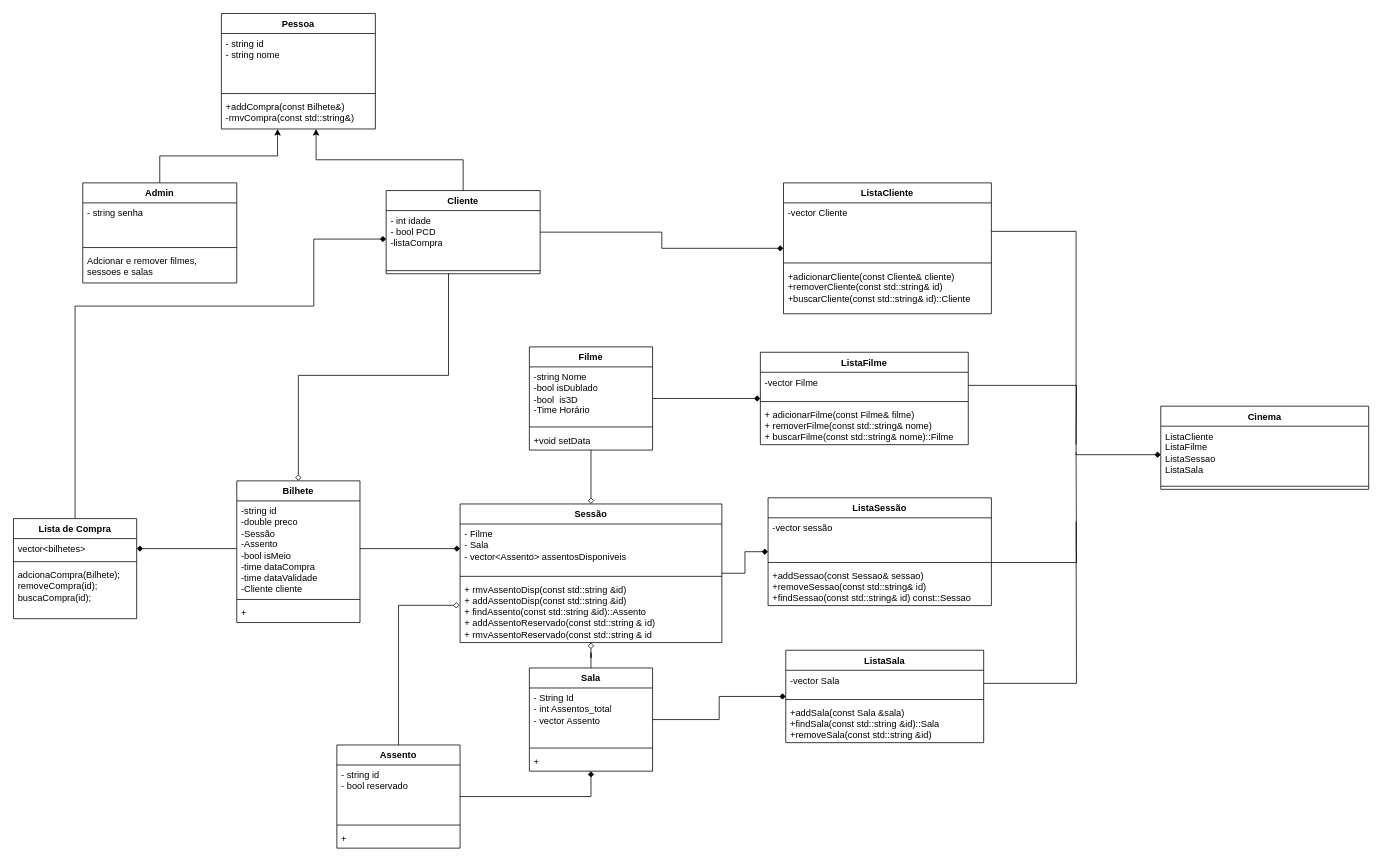
The draw.io diagram UML-CineCon.drawio in eramoss/CineCon, before the edit. Source tidied: cells renumbered, new cells numbered last; positions are measured from the earlier drawing's top-left corner, leaving out a move shared by most shapes. Both pictures are drawn from the tidied source at 77%, with x=0, y=0 at pixel (13, 13).
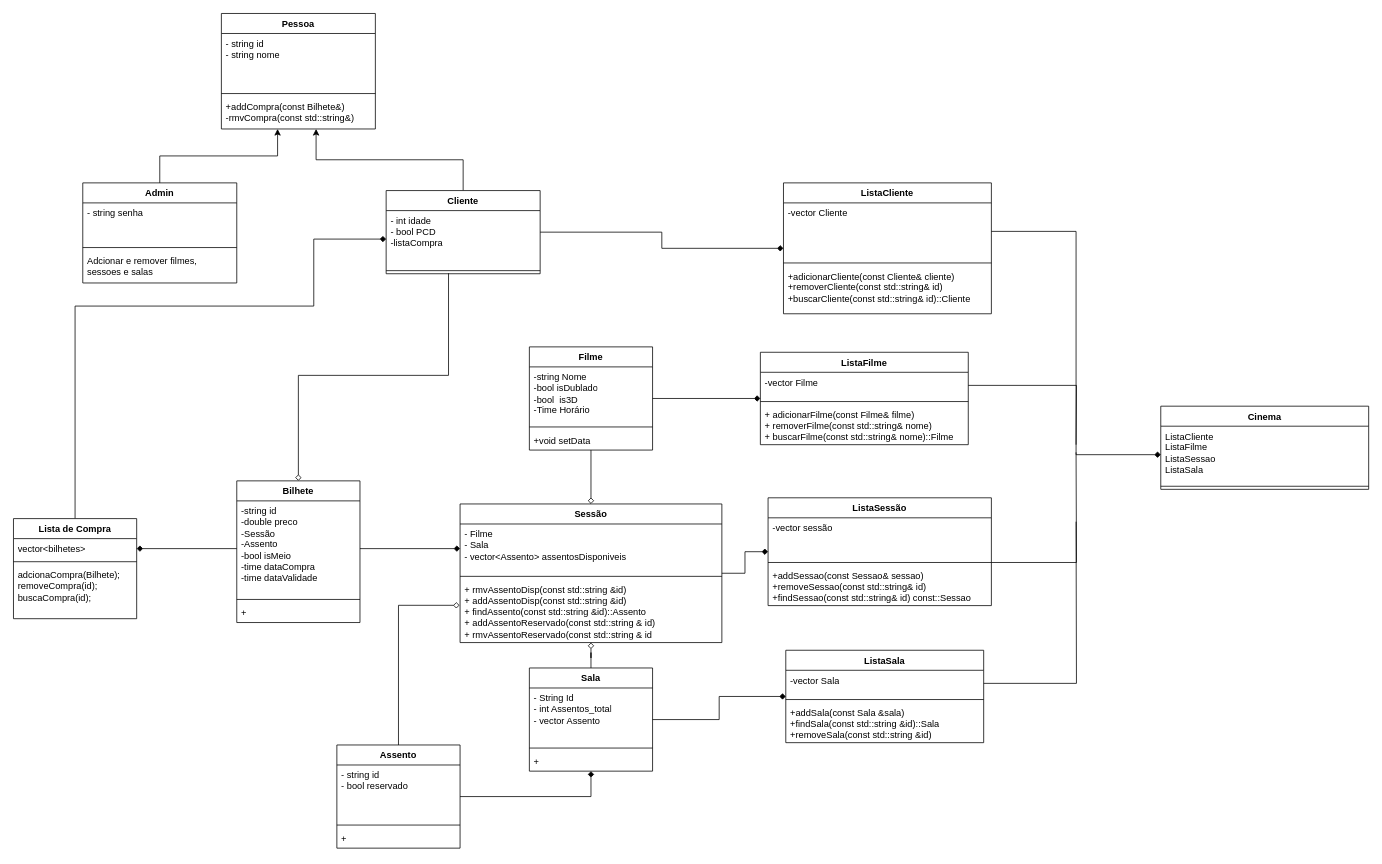
After the change.

Unchanged cells that the change refers to:
```xml
<mxCell id="3" value="Bilhete" style="swimlane;fontStyle=1;align=center;verticalAlign=top;horizontal=1;startSize=26;whiteSpace=wrap;html=1;" parent="1" vertex="1">
  <mxGeometry x="290" y="607" width="160" height="184" as="geometry" />
</mxCell>
```

Diff of the diagram source:
```diff
@@
-    <mxCell id="4" value="-string id&lt;br&gt;-double preco&lt;br&gt;&lt;div&gt;-Sessão&lt;/div&gt;&lt;div&gt;-Assento&lt;br&gt;&lt;/div&gt;&lt;div&gt;-bool isMeio&lt;/div&gt;&lt;div&gt;-time dataCompra&lt;/div&gt;&lt;div&gt;-time dataValidade&lt;br&gt;&lt;/div&gt;&lt;div&gt;-Cliente cliente&lt;br&gt;&lt;/div&gt;" style="text;strokeColor=none;fillColor=none;align=left;verticalAlign=top;spacingLeft=4;spacingRight=4;overflow=hidden;points=[[0,0.5],[1,0.5]];portConstraint=eastwest;whiteSpace=wrap;html=1;" parent="3" vertex="1">
+    <mxCell id="4" value="-string id&lt;br&gt;-double preco&lt;br&gt;&lt;div&gt;-Sessão&lt;/div&gt;&lt;div&gt;-Assento&lt;br&gt;&lt;/div&gt;&lt;div&gt;-bool isMeio&lt;/div&gt;&lt;div&gt;-time dataCompra&lt;/div&gt;&lt;div&gt;-time dataValidade&lt;br&gt;&lt;/div&gt;" style="text;strokeColor=none;fillColor=none;align=left;verticalAlign=top;spacingLeft=4;spacingRight=4;overflow=hidden;points=[[0,0.5],[1,0.5]];portConstraint=eastwest;whiteSpace=wrap;html=1;" parent="3" vertex="1">
       <mxGeometry y="26" width="160" height="124" as="geometry" />
     </mxCell>
```
